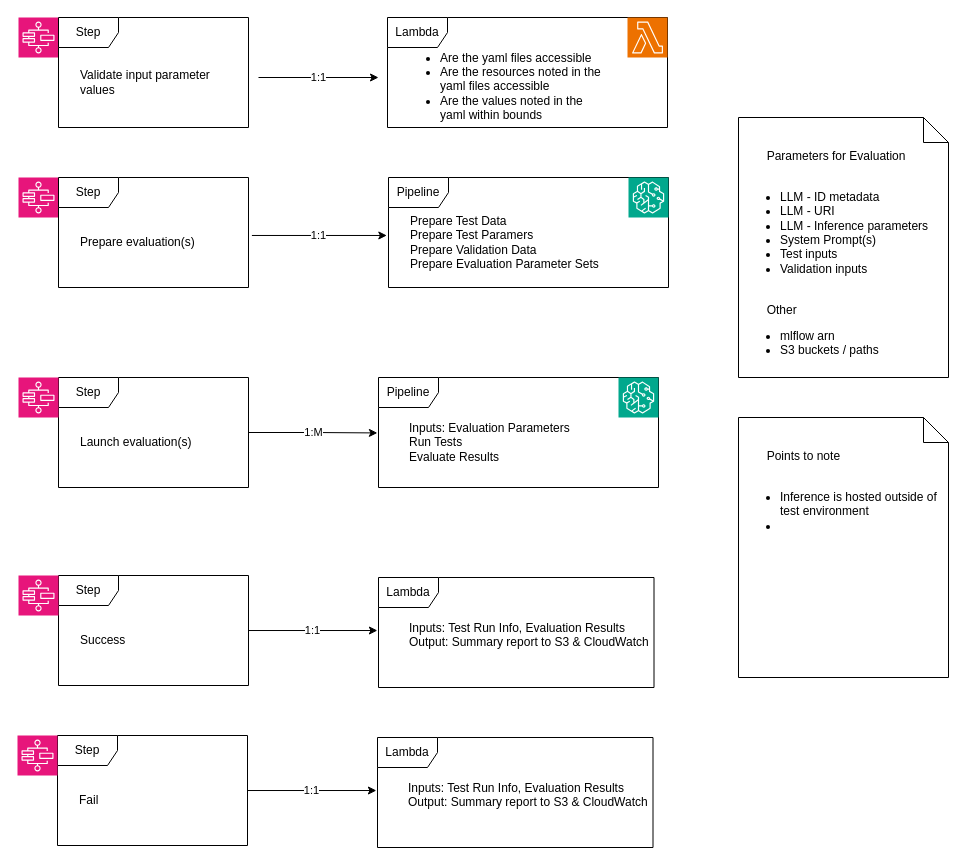
This is page "PoC Scope" (2 of 2) of Copy of LLM Eval Workflow.drawio from toby-fotherby/arch-diagrams, a draw.io file, before an edit. Source tidied: cells renumbered, new cells numbered last; positions are measured from the earlier drawing's top-left corner, leaving out a move shared by most shapes. Both pictures are drawn from the tidied source at 100%, with x=0, y=0 at pixel (17, 17).
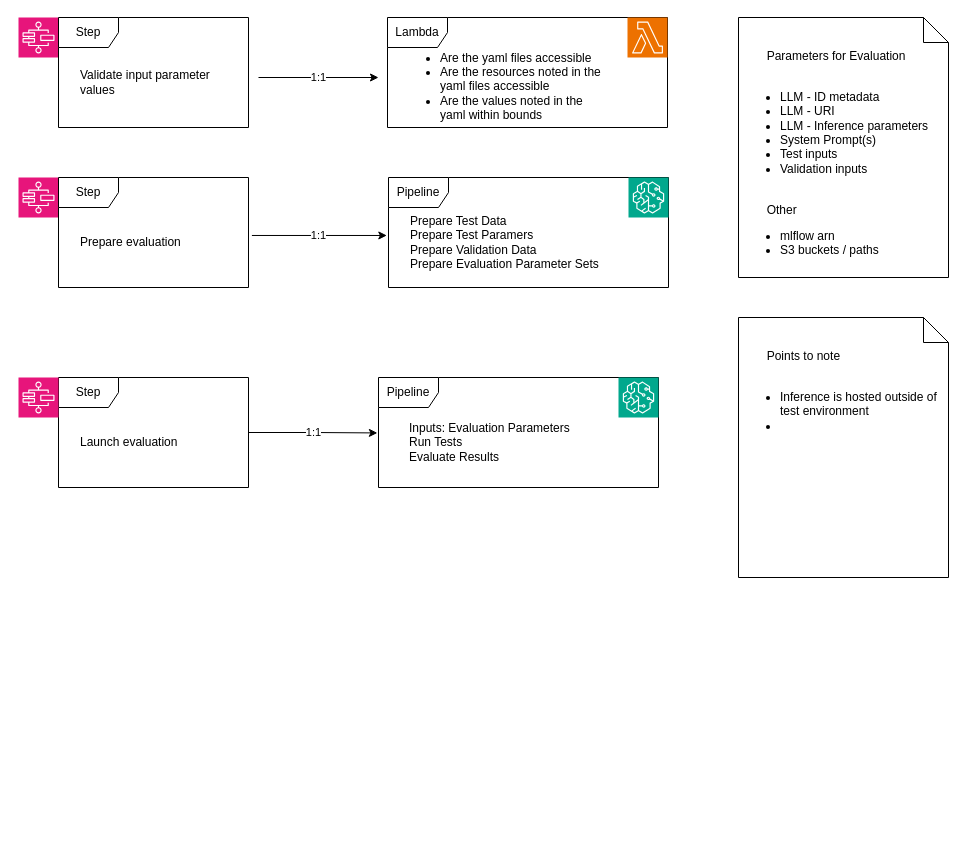
The same page after the edit.

Unchanged cells that the change refers to:
```xml
<mxCell id="7" value="Pipeline" style="shape=umlFrame;whiteSpace=wrap;html=1;" parent="6" vertex="1">
  <mxGeometry width="280" height="110" as="geometry" />
</mxCell>
<mxCell id="11" style="group;" parent="1" vertex="1">
  <mxGeometry x="41" y="160" width="200" height="110" as="geometry" />
</mxCell>
<mxCell id="14" style="group;" parent="1" vertex="1">
  <mxGeometry x="41" y="360" width="200" height="110" as="geometry" />
</mxCell>
<mxCell id="15" value="Step" style="shape=umlFrame;whiteSpace=wrap;html=1;" parent="14" vertex="1">
  <mxGeometry width="190" height="110" as="geometry" />
</mxCell>
```

Diff of the diagram source:
```diff
@@
     <mxCell id="10" value="&amp;nbsp; &amp;nbsp; &amp;nbsp; &amp;nbsp; Parameters for Evaluation&lt;div&gt;&lt;br&gt;&lt;/div&gt;&lt;div style=&quot;&quot;&gt;&lt;ul&gt;&lt;li style=&quot;&quot;&gt;LLM - ID metadata&lt;/li&gt;&lt;li style=&quot;&quot;&gt;LLM - URI&lt;/li&gt;&lt;li style=&quot;&quot;&gt;LLM - Inference parameters&lt;/li&gt;&lt;li style=&quot;&quot;&gt;System Prompt(s)&lt;/li&gt;&lt;li style=&quot;&quot;&gt;Test inputs&lt;/li&gt;&lt;li style=&quot;&quot;&gt;Validation inputs&amp;nbsp;&lt;/li&gt;&lt;/ul&gt;&lt;div&gt;&lt;br&gt;&lt;/div&gt;&lt;div&gt;&lt;span style=&quot;white-space: pre;&quot;&gt;&#9;&lt;/span&gt;Other&lt;/div&gt;&lt;div&gt;&lt;ul&gt;&lt;li&gt;mlflow arn&lt;/li&gt;&lt;li&gt;S3 buckets / paths&lt;/li&gt;&lt;/ul&gt;&lt;/div&gt;&lt;/div&gt;" style="shape=note2;boundedLbl=1;whiteSpace=wrap;html=1;size=25;verticalAlign=top;align=left;" parent="1" vertex="1">
-      <mxGeometry x="721" y="100" width="210" height="260" as="geometry" />
+      <mxGeometry x="721" width="210" height="260" as="geometry" />
     </mxCell>
@@
-    <mxCell id="13" value="&lt;div&gt;Prepare evaluation(s)&lt;/div&gt;" style="text;html=1;align=left;verticalAlign=middle;strokeColor=none;fillColor=none;" parent="11" vertex="1">
-      <mxGeometry x="20" y="50" width="140" height="30" as="geometry" />
+    <mxCell id="13" value="&lt;div&gt;Prepare evaluation&lt;/div&gt;" style="text;html=1;align=left;verticalAlign=middle;strokeColor=none;fillColor=none;" parent="11" vertex="1">
+      <mxGeometry x="20" y="50" width="120" height="30" as="geometry" />
     </mxCell>
@@
-    <mxCell id="16" value="Launch evaluation(s)" style="text;html=1;align=left;verticalAlign=middle;strokeColor=none;fillColor=none;" parent="14" vertex="1">
-      <mxGeometry x="20" y="50" width="130" height="30" as="geometry" />
+    <mxCell id="16" value="Launch evaluation" style="text;html=1;align=left;verticalAlign=middle;strokeColor=none;fillColor=none;" parent="14" vertex="1">
+      <mxGeometry x="20" y="50" width="120" height="30" as="geometry" />
     </mxCell>
-    <mxCell id="17" style="group;" parent="1" vertex="1">
-      <mxGeometry x="41" y="558" width="200" height="110" as="geometry" />
-    </mxCell>
-    <mxCell id="18" value="Step" style="shape=umlFrame;whiteSpace=wrap;html=1;" parent="17" vertex="1">
-      <mxGeometry width="190" height="110" as="geometry" />
-    </mxCell>
-    <mxCell id="19" value="Success&amp;nbsp;" style="text;html=1;align=left;verticalAlign=middle;strokeColor=none;fillColor=none;" parent="17" vertex="1">
-      <mxGeometry x="20" y="50" width="70" height="30" as="geometry" />
-    </mxCell>
@@
-    <mxCell id="21" style="sketch=0;fontColor=#232F3E;fillColor=#E7157B;strokeColor=#ffffff;dashed=0;verticalLabelPosition=bottom;verticalAlign=top;align=center;html=1;fontSize=12;fontStyle=0;shape=mxgraph.aws4.resourceIcon;resIcon=mxgraph.aws4.step_functions;" parent="1" vertex="1">
-      <mxGeometry x="1" y="558" width="40" height="40" as="geometry" />
-    </mxCell>
-    <mxCell id="22" style="group;" parent="1" vertex="1">
-      <mxGeometry x="361" y="560" width="290" height="110" as="geometry" />
-    </mxCell>
-    <mxCell id="23" value="Lambda" style="shape=umlFrame;whiteSpace=wrap;html=1;" parent="22" vertex="1">
-      <mxGeometry width="275.5" height="110" as="geometry" />
-    </mxCell>
-    <mxCell id="24" value="&lt;div&gt;Inputs: Test Run Info, Evaluation Results&lt;/div&gt;&lt;div&gt;&lt;span style=&quot;background-color: transparent; color: light-dark(rgb(0, 0, 0), rgb(255, 255, 255));&quot;&gt;Output: Summary report to S3 &amp;amp; CloudWatch&lt;/span&gt;&lt;/div&gt;&lt;div&gt;&lt;br&gt;&lt;/div&gt;" style="text;html=1;align=left;verticalAlign=middle;strokeColor=none;fillColor=none;" parent="22" vertex="1">
-      <mxGeometry x="29" y="35" width="260" height="60" as="geometry" />
-    </mxCell>
-    <mxCell id="25" value="1:M" style="edgeStyle=orthogonalEdgeStyle;rounded=0;jettySize=auto;html=1;entryX=-0.004;entryY=0.504;entryDx=0;entryDy=0;entryPerimeter=0;" parent="1" edge="1" source="15" target="7">
+    <mxCell id="25" value="1:1" style="edgeStyle=orthogonalEdgeStyle;rounded=0;jettySize=auto;html=1;entryX=-0.004;entryY=0.504;entryDx=0;entryDy=0;entryPerimeter=0;" parent="1" edge="1" source="15" target="7">
       <mxGeometry relative="1" as="geometry" />
     </mxCell>
-    <mxCell id="26" value="1:1" style="edgeStyle=orthogonalEdgeStyle;rounded=0;jettySize=auto;html=1;entryX=-0.004;entryY=0.482;entryDx=0;entryDy=0;entryPerimeter=0;" parent="1" edge="1" source="18" target="23">
-      <mxGeometry relative="1" as="geometry" />
-    </mxCell>
     <mxCell id="27" value="&amp;nbsp; &amp;nbsp; &amp;nbsp; &amp;nbsp; Points to note&lt;div&gt;&lt;br&gt;&lt;/div&gt;&lt;div style=&quot;&quot;&gt;&lt;ul&gt;&lt;li style=&quot;&quot;&gt;&lt;span style=&quot;background-color: transparent; color: light-dark(rgb(0, 0, 0), rgb(255, 255, 255));&quot;&gt;Inference is hosted outside of test environment&amp;nbsp;&lt;/span&gt;&lt;/li&gt;&lt;li style=&quot;&quot;&gt;&lt;span style=&quot;background-color: transparent; color: light-dark(rgb(0, 0, 0), rgb(255, 255, 255));&quot;&gt;&lt;br&gt;&lt;/span&gt;&lt;/li&gt;&lt;/ul&gt;&lt;/div&gt;" style="shape=note2;boundedLbl=1;whiteSpace=wrap;html=1;size=25;verticalAlign=top;align=left;" parent="1" vertex="1">
-      <mxGeometry x="721" y="400" width="210" height="260" as="geometry" />
+      <mxGeometry x="721" y="300" width="210" height="260" as="geometry" />
     </mxCell>
@@
-    <mxCell id="39" style="group;" parent="1" vertex="1">
-      <mxGeometry x="40" y="718" width="200" height="110" as="geometry" />
-    </mxCell>
-    <mxCell id="40" value="Step" style="shape=umlFrame;whiteSpace=wrap;html=1;" parent="39" vertex="1">
-      <mxGeometry width="190" height="110" as="geometry" />
-    </mxCell>
-    <mxCell id="41" value="Fail" style="text;html=1;align=left;verticalAlign=middle;strokeColor=none;fillColor=none;" parent="39" vertex="1">
-      <mxGeometry x="20" y="50" width="40" height="30" as="geometry" />
-    </mxCell>
-    <mxCell id="42" style="sketch=0;fontColor=#232F3E;fillColor=#E7157B;strokeColor=#ffffff;dashed=0;verticalLabelPosition=bottom;verticalAlign=top;align=center;html=1;fontSize=12;fontStyle=0;shape=mxgraph.aws4.resourceIcon;resIcon=mxgraph.aws4.step_functions;" parent="1" vertex="1">
-      <mxGeometry y="718" width="40" height="40" as="geometry" />
-    </mxCell>
-    <mxCell id="43" style="group;" parent="1" vertex="1">
-      <mxGeometry x="360" y="720" width="290" height="110" as="geometry" />
-    </mxCell>
-    <mxCell id="44" value="Lambda" style="shape=umlFrame;whiteSpace=wrap;html=1;" parent="43" vertex="1">
-      <mxGeometry width="275.5" height="110" as="geometry" />
-    </mxCell>
-    <mxCell id="45" value="&lt;div&gt;Inputs: Test Run Info, Evaluation Results&lt;/div&gt;&lt;div&gt;&lt;span style=&quot;background-color: transparent; color: light-dark(rgb(0, 0, 0), rgb(255, 255, 255));&quot;&gt;Output: Summary report to S3 &amp;amp; CloudWatch&lt;/span&gt;&lt;/div&gt;&lt;div&gt;&lt;br&gt;&lt;/div&gt;" style="text;html=1;align=left;verticalAlign=middle;strokeColor=none;fillColor=none;" parent="43" vertex="1">
-      <mxGeometry x="29" y="35" width="260" height="60" as="geometry" />
-    </mxCell>
-    <mxCell id="46" value="1:1" style="edgeStyle=orthogonalEdgeStyle;rounded=0;jettySize=auto;html=1;entryX=-0.004;entryY=0.482;entryDx=0;entryDy=0;entryPerimeter=0;" parent="1" edge="1" source="40" target="44">
-      <mxGeometry relative="1" as="geometry" />
-    </mxCell>
```
